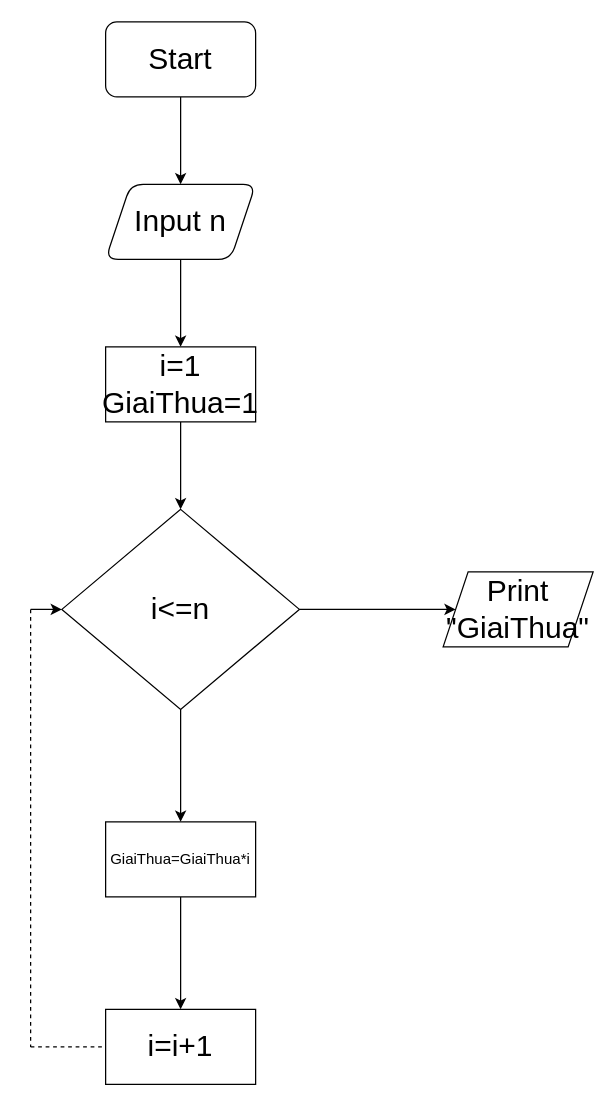
Lychanhao05/Lychanhao05 keeps this draw.io diagram as page "Page-1" (1 of 3) of Flowchart/Untitled Diagram.drawio. Above is the earlier version. Source tidied: cells renumbered, new cells numbered last; positions are measured from the earlier drawing's top-left corner, leaving out a move shared by most shapes. Both pictures are drawn from the tidied source at 125%, with x=0, y=0 at pixel (30, 21).
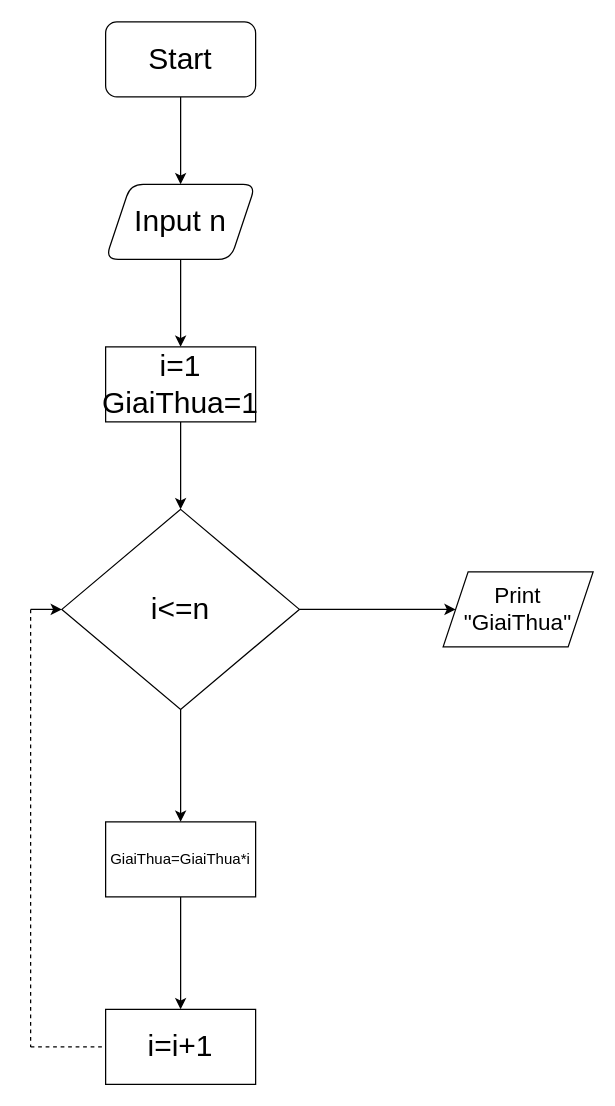
Above is the later version.

Commit message (it also covers changes not shown here):
factorial flawchart

What changed in the source:
```diff
@@
-    <mxCell id="11" value="&lt;font style=&quot;font-size: 24px;&quot;&gt;Print &quot;GiaiThua&quot;&lt;/font&gt;" style="shape=parallelogram;perimeter=parallelogramPerimeter;whiteSpace=wrap;html=1;fixedSize=1;" parent="1" vertex="1">
+    <mxCell id="11" value="&lt;font style=&quot;font-size: 18px;&quot;&gt;Print &quot;GiaiThua&quot;&lt;/font&gt;" style="shape=parallelogram;perimeter=parallelogramPerimeter;whiteSpace=wrap;html=1;fixedSize=1;" parent="1" vertex="1">
       <mxGeometry x="330" y="440" width="120" height="60" as="geometry" />
     </mxCell>
```
